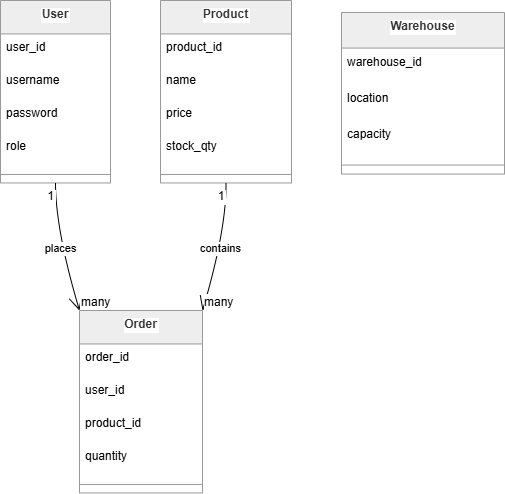
This is Diagram/Untitled Diagram.drawio (1).png from RynoDeKoker/Ryno_20MARCH_SD2, a draw.io export, as it was before one commit. Source tidied: cells renumbered, new cells last; positions are measured from the earlier drawing's top-left corner, leaving out a move shared by most shapes. Its diagram source:
```xml
<mxGraphModel>
  <root>
    <mxCell id="0" />
    <mxCell id="1" parent="0" />
    <mxCell id="2" value="User" style="swimlane;fontStyle=1;align=center;verticalAlign=top;horizontal=1;startSize=33.45454545454545;fillColor=light-dark(#eeeeee,#1f2020);strokeColor=light-dark(#999999,#cccccc);fontColor=light-dark(#333333,#cccccc);labelBackgroundColor=default;" parent="1" vertex="1">
      <mxGeometry width="110" height="182.5" as="geometry" />
    </mxCell>
    <mxCell id="3" value="user_id" style="text;strokeColor=none;fillColor=none;align=left;verticalAlign=top;spacingLeft=4;spacingRight=4;overflow=hidden;labelBackgroundColor=default;" parent="2" vertex="1">
      <mxGeometry y="33.5" width="110" height="33" as="geometry" />
    </mxCell>
    <mxCell id="4" value="username" style="text;strokeColor=none;fillColor=none;align=left;verticalAlign=top;spacingLeft=4;spacingRight=4;overflow=hidden;labelBackgroundColor=default;" parent="2" vertex="1">
      <mxGeometry y="66.5" width="110" height="33" as="geometry" />
    </mxCell>
    <mxCell id="5" value="password" style="text;strokeColor=none;fillColor=none;align=left;verticalAlign=top;spacingLeft=4;spacingRight=4;overflow=hidden;labelBackgroundColor=default;" parent="2" vertex="1">
      <mxGeometry y="99.5" width="110" height="33" as="geometry" />
    </mxCell>
    <mxCell id="6" value="role" style="text;strokeColor=none;fillColor=none;align=left;verticalAlign=top;spacingLeft=4;spacingRight=4;overflow=hidden;labelBackgroundColor=default;" parent="2" vertex="1">
      <mxGeometry y="132.5" width="110" height="33" as="geometry" />
    </mxCell>
    <mxCell id="7" style="line;strokeWidth=1;fillColor=none;align=left;verticalAlign=middle;spacingTop=-1;spacingLeft=3;spacingRight=3;labelPosition=right;strokeColor=inherit;labelBackgroundColor=default;" parent="2" vertex="1">
      <mxGeometry y="165.5" width="110" height="17" as="geometry" />
    </mxCell>
    <mxCell id="8" value="Product" style="swimlane;fontStyle=1;align=center;verticalAlign=top;horizontal=1;startSize=33.45454545454545;fillColor=light-dark(#eeeeee,#1f2020);strokeColor=light-dark(#999999,#cccccc);fontColor=light-dark(#333333,#cccccc);labelBackgroundColor=default;" parent="1" vertex="1">
      <mxGeometry x="160" width="131" height="182.5" as="geometry" />
    </mxCell>
    <mxCell id="9" value="product_id" style="text;strokeColor=none;fillColor=none;align=left;verticalAlign=top;spacingLeft=4;spacingRight=4;overflow=hidden;labelBackgroundColor=default;" parent="8" vertex="1">
      <mxGeometry y="33.5" width="131" height="33" as="geometry" />
    </mxCell>
    <mxCell id="10" value="name" style="text;strokeColor=none;fillColor=none;align=left;verticalAlign=top;spacingLeft=4;spacingRight=4;overflow=hidden;labelBackgroundColor=default;" parent="8" vertex="1">
      <mxGeometry y="66.5" width="131" height="33" as="geometry" />
    </mxCell>
    <mxCell id="11" value="price" style="text;strokeColor=none;fillColor=none;align=left;verticalAlign=top;spacingLeft=4;spacingRight=4;overflow=hidden;labelBackgroundColor=default;" parent="8" vertex="1">
      <mxGeometry y="99.5" width="131" height="33" as="geometry" />
    </mxCell>
    <mxCell id="12" value="stock_qty" style="text;strokeColor=none;fillColor=none;align=left;verticalAlign=top;spacingLeft=4;spacingRight=4;overflow=hidden;labelBackgroundColor=default;" parent="8" vertex="1">
      <mxGeometry y="132.5" width="131" height="33" as="geometry" />
    </mxCell>
    <mxCell id="13" style="line;strokeWidth=1;fillColor=none;align=left;verticalAlign=middle;spacingTop=-1;spacingLeft=3;spacingRight=3;labelPosition=right;strokeColor=inherit;labelBackgroundColor=default;" parent="8" vertex="1">
      <mxGeometry y="165.5" width="131" height="17" as="geometry" />
    </mxCell>
    <mxCell id="14" value="Order" style="swimlane;fontStyle=1;align=center;verticalAlign=top;horizontal=1;startSize=33.45454545454545;fillColor=light-dark(#eeeeee,#1f2020);strokeColor=light-dark(#999999,#cccccc);fontColor=light-dark(#333333,#cccccc);labelBackgroundColor=default;" parent="1" vertex="1">
      <mxGeometry x="79" y="310" width="123" height="182.5" as="geometry" />
    </mxCell>
    <mxCell id="15" value="order_id" style="text;strokeColor=none;fillColor=none;align=left;verticalAlign=top;spacingLeft=4;spacingRight=4;overflow=hidden;labelBackgroundColor=default;" parent="14" vertex="1">
      <mxGeometry y="33.5" width="123" height="33" as="geometry" />
    </mxCell>
    <mxCell id="16" value="user_id" style="text;strokeColor=none;fillColor=none;align=left;verticalAlign=top;spacingLeft=4;spacingRight=4;overflow=hidden;labelBackgroundColor=default;" parent="14" vertex="1">
      <mxGeometry y="66.5" width="123" height="33" as="geometry" />
    </mxCell>
    <mxCell id="17" value="product_id" style="text;strokeColor=none;fillColor=none;align=left;verticalAlign=top;spacingLeft=4;spacingRight=4;overflow=hidden;labelBackgroundColor=default;" parent="14" vertex="1">
      <mxGeometry y="99.5" width="123" height="33" as="geometry" />
    </mxCell>
    <mxCell id="18" value="quantity" style="text;strokeColor=none;fillColor=none;align=left;verticalAlign=top;spacingLeft=4;spacingRight=4;overflow=hidden;labelBackgroundColor=default;" parent="14" vertex="1">
      <mxGeometry y="132.5" width="123" height="33" as="geometry" />
    </mxCell>
    <mxCell id="19" style="line;strokeWidth=1;fillColor=none;align=left;verticalAlign=middle;spacingTop=-1;spacingLeft=3;spacingRight=3;labelPosition=right;strokeColor=inherit;labelBackgroundColor=default;" parent="14" vertex="1">
      <mxGeometry y="165.5" width="123" height="17" as="geometry" />
    </mxCell>
    <mxCell id="20" value="Warehouse" style="swimlane;fontStyle=1;align=center;verticalAlign=top;horizontal=1;startSize=35.55555555555556;fillColor=light-dark(#eeeeee,#1f2020);strokeColor=light-dark(#999999,#cccccc);fontColor=light-dark(#333333,#cccccc);labelBackgroundColor=default;" parent="1" vertex="1">
      <mxGeometry x="341" y="12" width="163" height="161.6" as="geometry" />
    </mxCell>
    <mxCell id="21" value="warehouse_id" style="text;strokeColor=none;fillColor=none;align=left;verticalAlign=top;spacingLeft=4;spacingRight=4;overflow=hidden;labelBackgroundColor=default;" parent="20" vertex="1">
      <mxGeometry y="35.6" width="163" height="36" as="geometry" />
    </mxCell>
    <mxCell id="22" value="location" style="text;strokeColor=none;fillColor=none;align=left;verticalAlign=top;spacingLeft=4;spacingRight=4;overflow=hidden;labelBackgroundColor=default;" parent="20" vertex="1">
      <mxGeometry y="71.6" width="163" height="36" as="geometry" />
    </mxCell>
    <mxCell id="23" value="capacity" style="text;strokeColor=none;fillColor=none;align=left;verticalAlign=top;spacingLeft=4;spacingRight=4;overflow=hidden;labelBackgroundColor=default;" parent="20" vertex="1">
      <mxGeometry y="107.6" width="163" height="36" as="geometry" />
    </mxCell>
    <mxCell id="24" style="line;strokeWidth=1;fillColor=none;align=left;verticalAlign=middle;spacingTop=-1;spacingLeft=3;spacingRight=3;labelPosition=right;strokeColor=inherit;labelBackgroundColor=default;" parent="20" vertex="1">
      <mxGeometry y="143.6" width="163" height="18" as="geometry" />
    </mxCell>
    <mxCell id="25" value="places" style="curved=1;startArrow=none;endArrow=open;endSize=12;exitX=0.5;exitY=1;entryX=0;entryY=0;rounded=0;labelBackgroundColor=default;" parent="1" edge="1" source="2" target="14">
      <mxGeometry relative="1" as="geometry">
        <Array as="points">
          <mxPoint x="55" y="229" />
        </Array>
      </mxGeometry>
    </mxCell>
    <mxCell id="26" value="1" style="edgeLabel;labelBackgroundColor=default;fontSize=12;align=right;verticalAlign=top;" parent="25" vertex="1">
      <mxGeometry x="-1" relative="1" as="geometry" />
    </mxCell>
    <mxCell id="27" value="many" style="edgeLabel;labelBackgroundColor=default;fontSize=12;align=left;verticalAlign=bottom;" parent="25" vertex="1">
      <mxGeometry x="1" relative="1" as="geometry" />
    </mxCell>
    <mxCell id="28" value="contains" style="curved=1;startArrow=none;endArrow=open;endSize=12;exitX=0.5;exitY=1;entryX=1;entryY=0;rounded=0;labelBackgroundColor=default;" parent="1" edge="1" source="8" target="14">
      <mxGeometry relative="1" as="geometry">
        <Array as="points">
          <mxPoint x="226" y="229" />
        </Array>
      </mxGeometry>
    </mxCell>
    <mxCell id="29" value="1" style="edgeLabel;labelBackgroundColor=default;fontSize=12;align=right;verticalAlign=top;" parent="28" vertex="1">
      <mxGeometry x="-1" relative="1" as="geometry" />
    </mxCell>
    <mxCell id="30" value="many" style="edgeLabel;labelBackgroundColor=default;fontSize=12;align=left;verticalAlign=bottom;" parent="28" vertex="1">
      <mxGeometry x="1" relative="1" as="geometry" />
    </mxCell>
  </root>
</mxGraphModel>
```
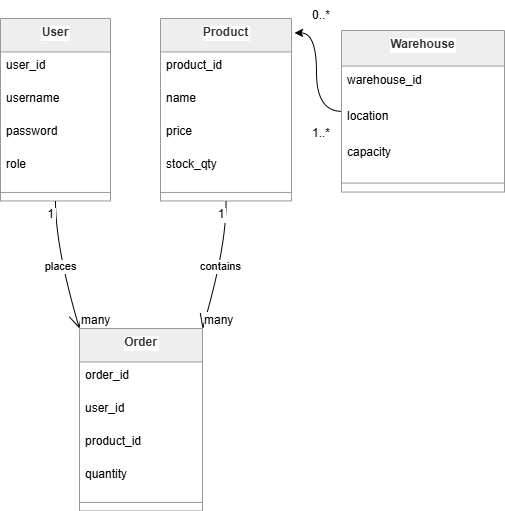
After the commit.

The edit, as a diff of the source:
```diff
@@ -97,5 +97,14 @@
     <mxCell id="30" value="many" style="edgeLabel;labelBackgroundColor=default;fontSize=12;align=left;verticalAlign=bottom;" parent="28" vertex="1">
       <mxGeometry x="1" relative="1" as="geometry" />
     </mxCell>
+    <mxCell id="31" style="edgeStyle=orthogonalEdgeStyle;rounded=0;jettySize=auto;html=1;entryX=1.023;entryY=0.079;entryDx=0;entryDy=0;entryPerimeter=0;curved=1;" parent="1" edge="1" source="20" target="8">
+      <mxGeometry relative="1" as="geometry" />
+    </mxCell>
+    <mxCell id="32" value="1..*" style="text;html=1;whiteSpace=wrap;strokeColor=none;fillColor=none;align=center;verticalAlign=middle;rounded=0;" parent="1" vertex="1">
+      <mxGeometry x="291" y="100" width="60" height="30" as="geometry" />
+    </mxCell>
+    <mxCell id="33" value="0..*" style="text;html=1;whiteSpace=wrap;strokeColor=none;fillColor=none;align=center;verticalAlign=middle;rounded=0;" parent="1" vertex="1">
+      <mxGeometry x="291" y="-18" width="60" height="30" as="geometry" />
+    </mxCell>
   </root>
 </mxGraphModel>
```
